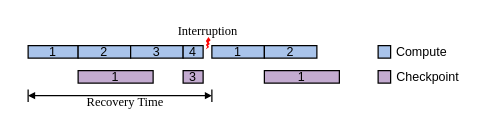
icszhr/NCheck keeps this draw.io diagram as fig/recovery_mot.drawio. Above is the earlier version. Source tidied: cells renumbered, new cells numbered last; positions are measured from the earlier drawing's top-left corner, leaving out a move shared by most shapes. Both pictures are drawn from the tidied source at 125%, with x=0, y=0 at pixel (28, 24).
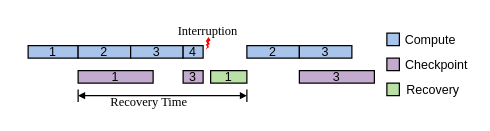
The same diagram, later.

What changed in the source:
```diff
@@
-    <mxCell id="9" value="&lt;p style=&quot;line-height: 100%;&quot;&gt;1&lt;/p&gt;" style="whiteSpace=wrap;html=1;fillColor=#A9C4EB;fontSize=10;verticalAlign=middle;" parent="1" vertex="1">
-      <mxGeometry x="147" y="17" width="42" height="10" as="geometry" />
+    <mxCell id="9" value="&lt;p style=&quot;line-height: 100%;&quot;&gt;2&lt;/p&gt;" style="whiteSpace=wrap;html=1;fillColor=#A9C4EB;fontSize=10;verticalAlign=middle;" parent="1" vertex="1">
+      <mxGeometry x="175" y="17" width="42" height="10" as="geometry" />
     </mxCell>
-    <mxCell id="10" value="&lt;p style=&quot;line-height: 100%; font-size: 10px;&quot;&gt;2&lt;/p&gt;" style="whiteSpace=wrap;html=1;fillColor=#A9C4EB;fontSize=10;" parent="1" vertex="1">
-      <mxGeometry x="189" y="17" width="42" height="10" as="geometry" />
+    <mxCell id="10" value="&lt;p style=&quot;line-height: 100%; font-size: 10px;&quot;&gt;3&lt;/p&gt;" style="whiteSpace=wrap;html=1;fillColor=#A9C4EB;fontSize=10;" parent="1" vertex="1">
+      <mxGeometry x="217" y="17" width="42" height="10" as="geometry" />
     </mxCell>
@@
-    <mxCell id="12" value="1" style="whiteSpace=wrap;html=1;fillColor=#C3ABD0;fontSize=10;" parent="1" vertex="1">
-      <mxGeometry x="189" y="37" width="60" height="10" as="geometry" />
+    <mxCell id="12" value="3" style="whiteSpace=wrap;html=1;fillColor=#C3ABD0;fontSize=10;" parent="1" vertex="1">
+      <mxGeometry x="217" y="37" width="60" height="10" as="geometry" />
     </mxCell>
     <mxCell id="13" style="whiteSpace=wrap;html=1;fillColor=#A9C4EB;" parent="1" vertex="1">
-      <mxGeometry x="280" y="17" width="10" height="10" as="geometry" />
+      <mxGeometry x="287" y="7" width="10" height="10" as="geometry" />
     </mxCell>
     <mxCell id="14" value="&lt;font style=&quot;font-size: 10px;&quot;&gt;Compute&lt;/font&gt;" style="text;html=1;align=center;verticalAlign=middle;whiteSpace=wrap;rounded=0;" parent="1" vertex="1">
-      <mxGeometry x="290" y="17" width="50" height="10" as="geometry" />
+      <mxGeometry x="297" y="7" width="50" height="10" as="geometry" />
     </mxCell>
     <mxCell id="15" style="whiteSpace=wrap;html=1;fillColor=#C3ABD0;" parent="1" vertex="1">
-      <mxGeometry x="280" y="37" width="10" height="10" as="geometry" />
+      <mxGeometry x="287" y="27" width="10" height="10" as="geometry" />
     </mxCell>
     <mxCell id="16" value="&lt;font style=&quot;font-size: 10px;&quot;&gt;Checkpoint&lt;/font&gt;" style="text;html=1;align=center;verticalAlign=middle;whiteSpace=wrap;rounded=0;" parent="1" vertex="1">
-      <mxGeometry x="295" y="37" width="50" height="10" as="geometry" />
+      <mxGeometry x="302" y="27" width="50" height="10" as="geometry" />
     </mxCell>
     <mxCell id="17" style="endArrow=block;startArrow=block;html=1;rounded=0;endSize=3;startSize=3;startFill=1;endFill=1;" parent="1" edge="1">
       <mxGeometry relative="1" as="geometry">
-        <mxPoint y="57" as="sourcePoint" />
-        <mxPoint x="147" y="57" as="targetPoint" />
+        <mxPoint x="40" y="57" as="sourcePoint" />
+        <mxPoint x="175" y="57" as="targetPoint" />
       </mxGeometry>
     </mxCell>
     <mxCell id="18" style="endArrow=none;html=1;rounded=0;" parent="1" edge="1">
       <mxGeometry relative="1" as="geometry">
-        <mxPoint y="62" as="sourcePoint" />
-        <mxPoint y="52" as="targetPoint" />
+        <mxPoint x="40" y="62" as="sourcePoint" />
+        <mxPoint x="40" y="52" as="targetPoint" />
       </mxGeometry>
     </mxCell>
     <mxCell id="19" style="endArrow=none;html=1;rounded=0;" parent="1" edge="1">
       <mxGeometry relative="1" as="geometry">
-        <mxPoint x="147" y="62" as="sourcePoint" />
-        <mxPoint x="147" y="52" as="targetPoint" />
+        <mxPoint x="175" y="62" as="sourcePoint" />
+        <mxPoint x="175" y="52" as="targetPoint" />
       </mxGeometry>
     </mxCell>
     <mxCell id="20" value="&lt;font style=&quot;font-size: 10px;&quot; face=&quot;Times New Roman&quot;&gt;Recovery Time&lt;/font&gt;" style="text;html=1;align=center;verticalAlign=middle;whiteSpace=wrap;rounded=0;" parent="1" vertex="1">
-      <mxGeometry x="41" y="57" width="74" height="10" as="geometry" />
+      <mxGeometry x="60" y="57" width="74" height="10" as="geometry" />
     </mxCell>
+    <mxCell id="21" value="1" style="whiteSpace=wrap;html=1;fillColor=#B9E0A5;fontSize=10;" parent="1" vertex="1">
+      <mxGeometry x="146" y="37" width="29" height="10" as="geometry" />
+    </mxCell>
+    <mxCell id="22" style="whiteSpace=wrap;html=1;fillColor=#B9E0A5;" parent="1" vertex="1">
+      <mxGeometry x="287" y="47" width="10" height="10" as="geometry" />
+    </mxCell>
+    <mxCell id="23" value="&lt;font style=&quot;font-size: 10px;&quot;&gt;Recovery&lt;/font&gt;" style="text;html=1;align=left;verticalAlign=middle;whiteSpace=wrap;rounded=0;" parent="1" vertex="1">
+      <mxGeometry x="301" y="47" width="50" height="10" as="geometry" />
+    </mxCell>
```
